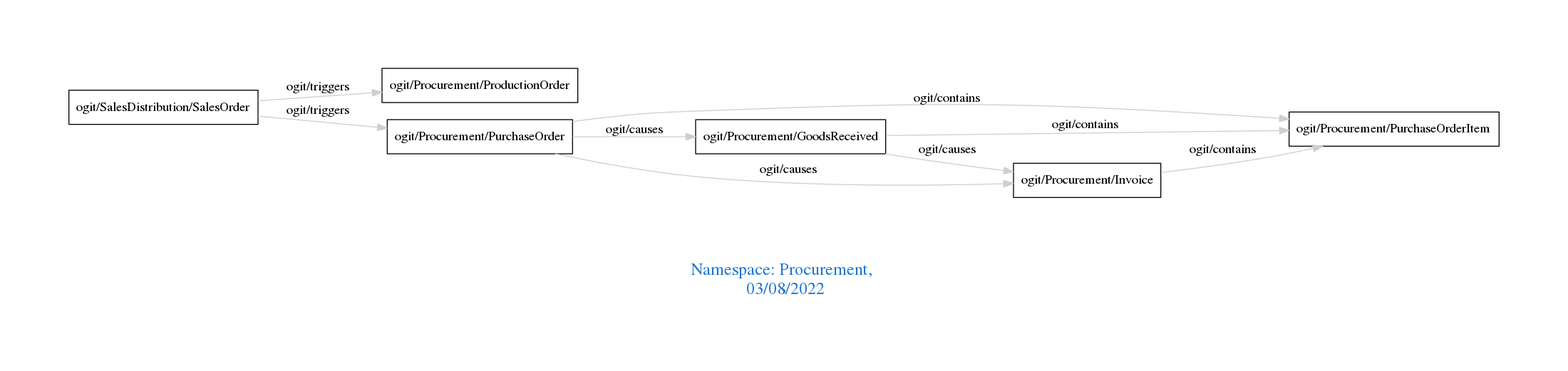
The Graphviz diagram downloads/Procurement.png in arago/OGIT, before a commit. Its source is kept beside it as downloads/Procurement.dot.
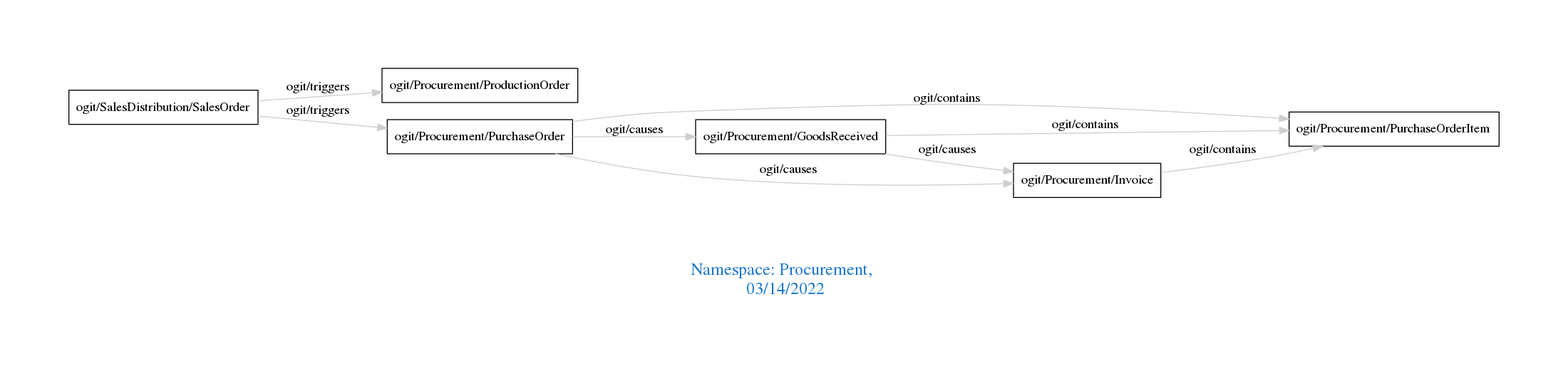
Later version of the same file.

Change to the diagram source:
```diff
@@ -1,7 +1,7 @@
 digraph OGIT_ontology {
  graph [ rankdir= LR,pad=1
 fontsize = 18,
-fontcolor= dodgerblue3,label = "\n\n\nNamespace: Procurement, \n 03/08/2022"];
+fontcolor= dodgerblue3,label = "\n\n\nNamespace: Procurement, \n 03/14/2022"];
 node[shape=polygon];
 edge [  color="gray81"];
 
```
